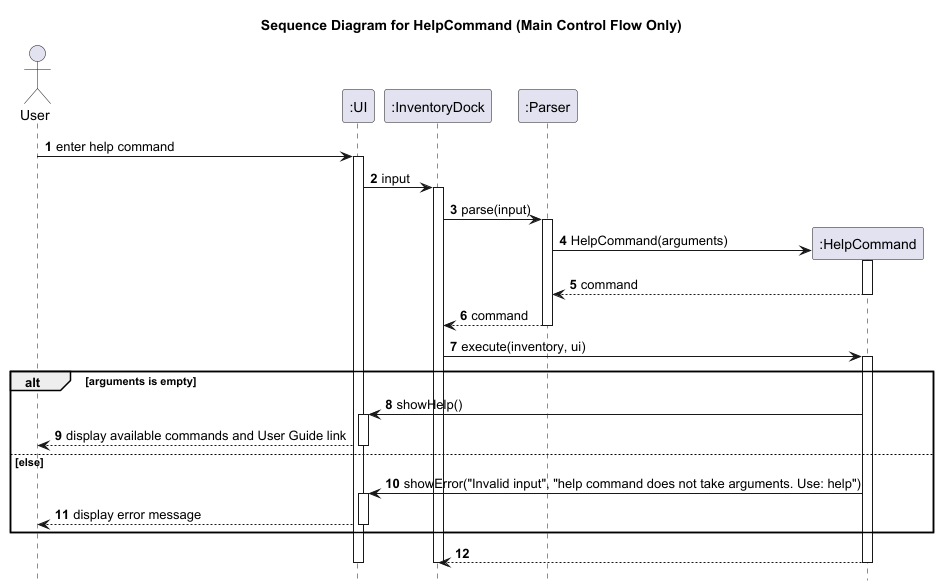
Above: docs/diagrams/sequence/HelpCommandMainFlow.png in YeoSiZhao/tp (PlantUML), before the change. Its diagram source:
```plantuml
@startuml
title Sequence Diagram for HelpCommand (Main Control Flow Only)

autonumber
hide footbox

actor User
participant ":UI" as UI
participant ":InventoryDock" as InventoryDock
participant ":Parser" as Parser

User -> UI: enter help command
activate UI
UI -> InventoryDock: input
activate InventoryDock
InventoryDock -> Parser: parse(input)
activate Parser

create ":HelpCommand" as HelpCommand
Parser -> HelpCommand: HelpCommand(arguments)
activate HelpCommand
HelpCommand --> Parser: command
deactivate HelpCommand
Parser --> InventoryDock: command
deactivate Parser

InventoryDock -> HelpCommand: execute(inventory, ui)
activate HelpCommand

alt arguments is empty
    HelpCommand -> UI: showHelp()
    activate UI
    UI --> User: display available commands and User Guide link
    deactivate UI
else else
    HelpCommand -> UI: showError("Invalid input", "help command does not take arguments. Use: help")
    activate UI
    UI --> User: display error message
    deactivate UI
end

HelpCommand --> InventoryDock
deactivate HelpCommand
deactivate InventoryDock
deactivate UI
@enduml
```
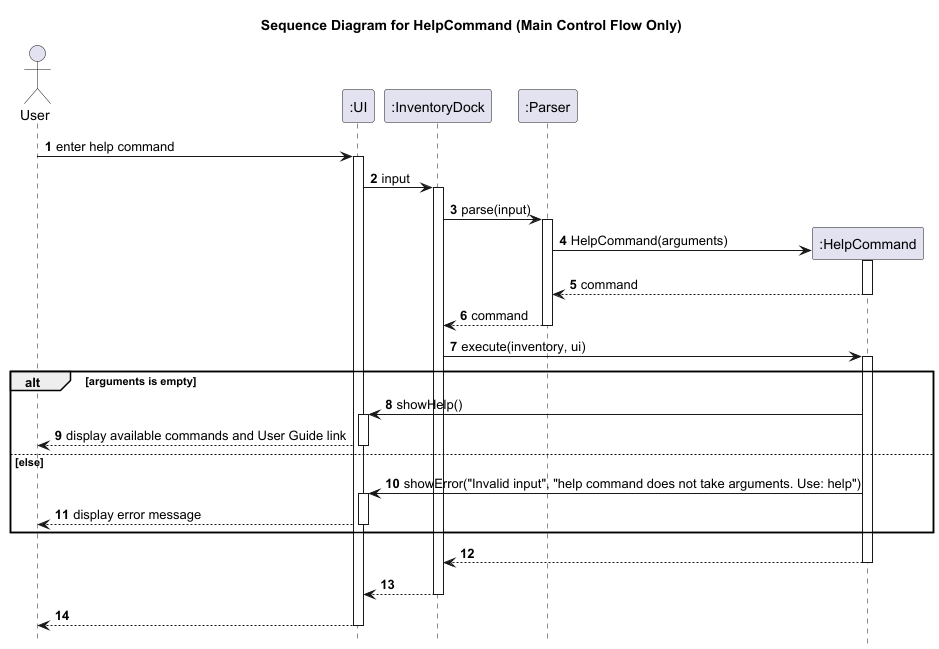
The same diagram one commit later.

Change to the diagram source:
```diff
@@ -41,6 +41,8 @@
 
 HelpCommand --> InventoryDock
 deactivate HelpCommand
+InventoryDock --> UI
 deactivate InventoryDock
+UI --> User
 deactivate UI
 @enduml
```
